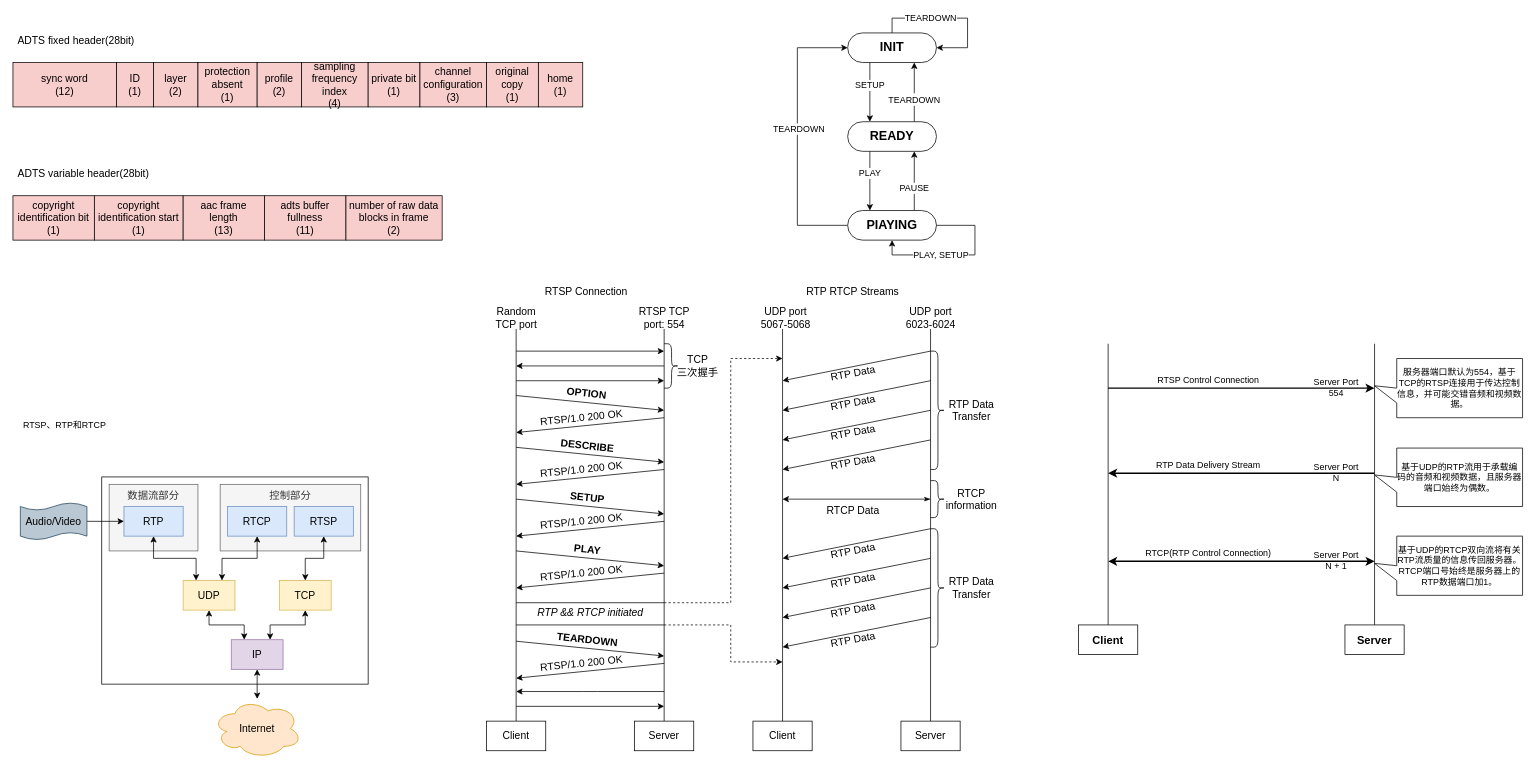
Above: drawSomething_2.drawio in Ritchie-Lin/items (draw.io), before the change. Source tidied: cells renumbered, new cells numbered last; positions are measured from the earlier drawing's top-left corner, leaving out a move shared by most shapes. Both pictures are drawn from the tidied source at 74%, with x=0, y=0 at pixel (13, 18).
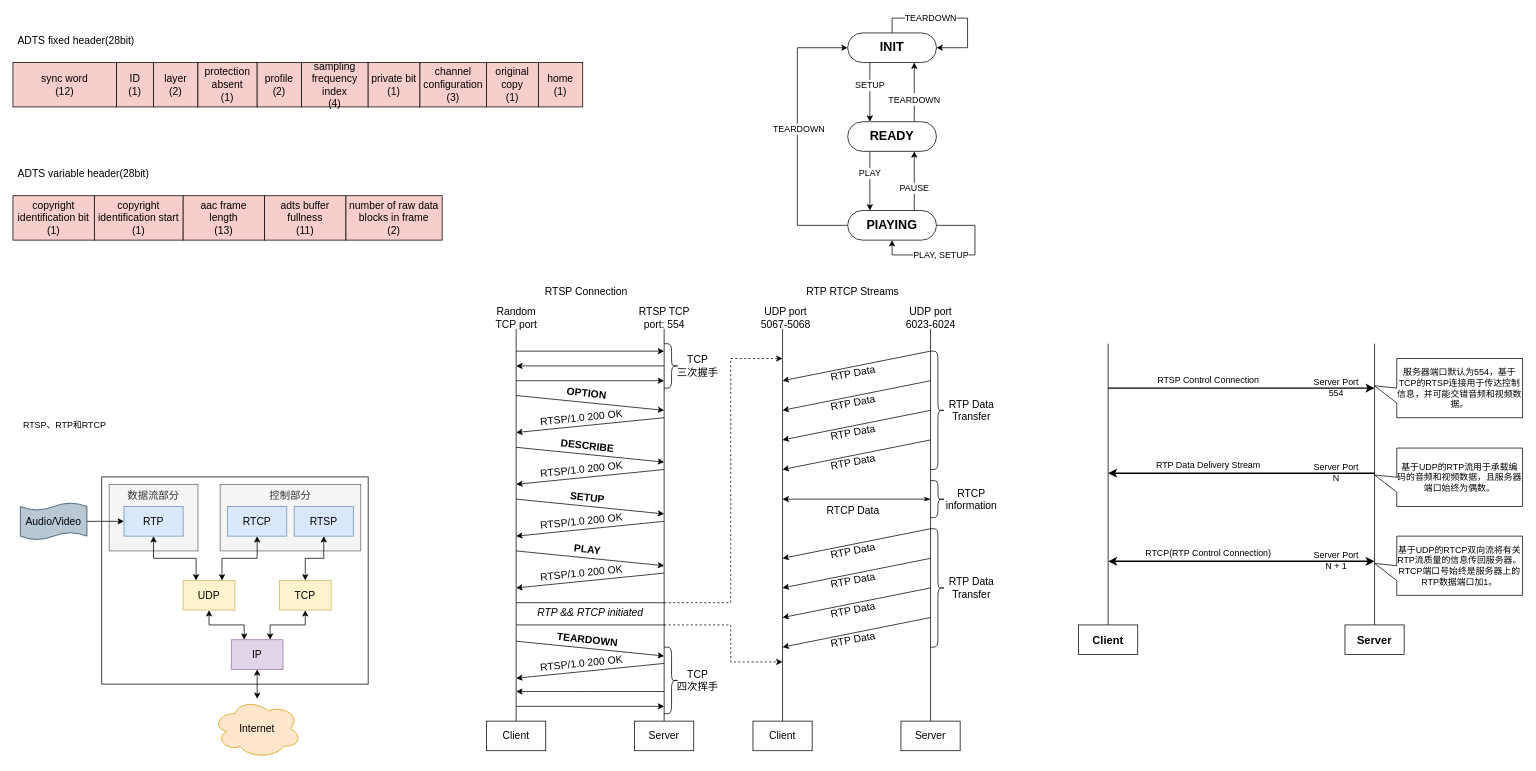
The same diagram, later.

Change to the diagram source:
```diff
@@
+    <mxCell id="136" style="shape=curlyBracket;whiteSpace=wrap;html=1;rounded=1;fontSize=14;align=center;rotation=-180;size=0.5;" parent="1" vertex="1">
+      <mxGeometry x="880" y="850" width="20" height="90" as="geometry" />
+    </mxCell>
+    <mxCell id="137" value="TCP&lt;br&gt;四次挥手" style="text;html=1;align=center;verticalAlign=middle;fontSize=14;" parent="1" vertex="1">
+      <mxGeometry x="890" y="875" width="70" height="40" as="geometry" />
+    </mxCell>
```
